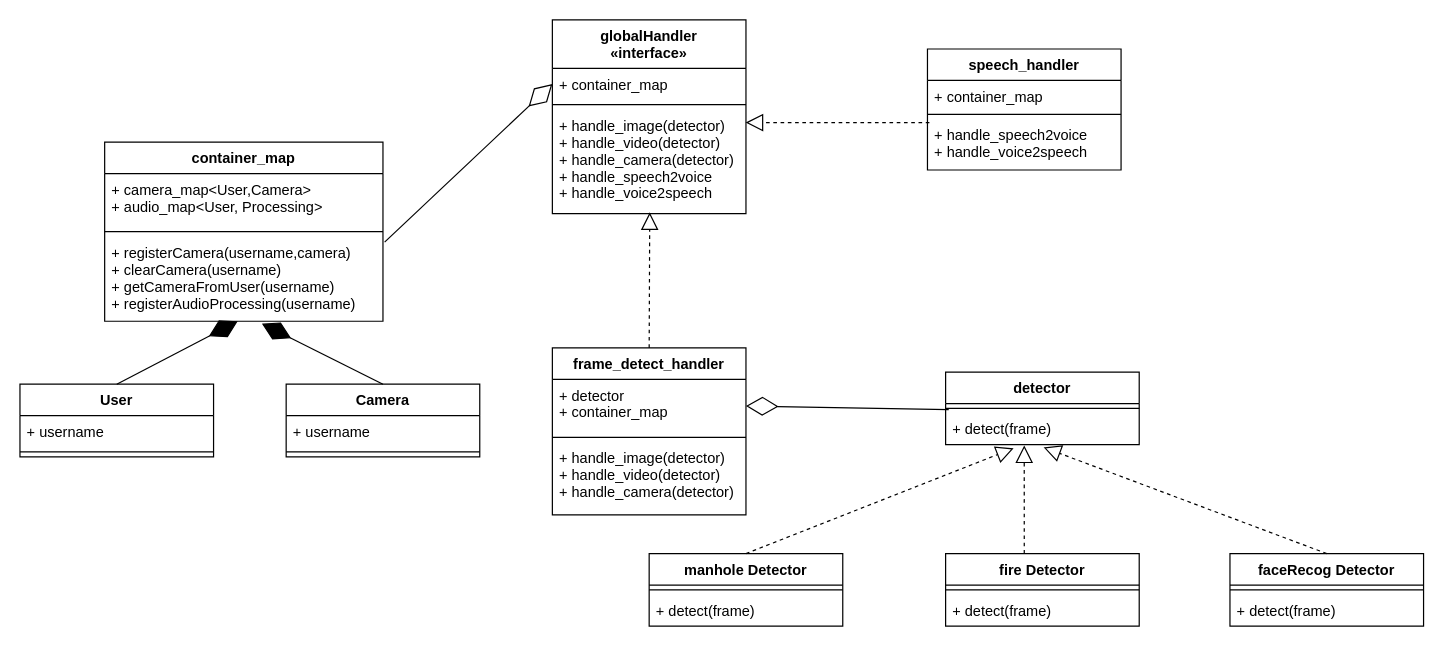
This is 未命名绘图.drawio from GithubWangXiaoXi/draw-io, a draw.io file, before an edit. Source tidied: cells renumbered, new cells numbered last; positions are measured from the earlier drawing's top-left corner, leaving out a move shared by most shapes. Both pictures are drawn from the tidied source at 121%, with x=0, y=0 at pixel (19, 19).
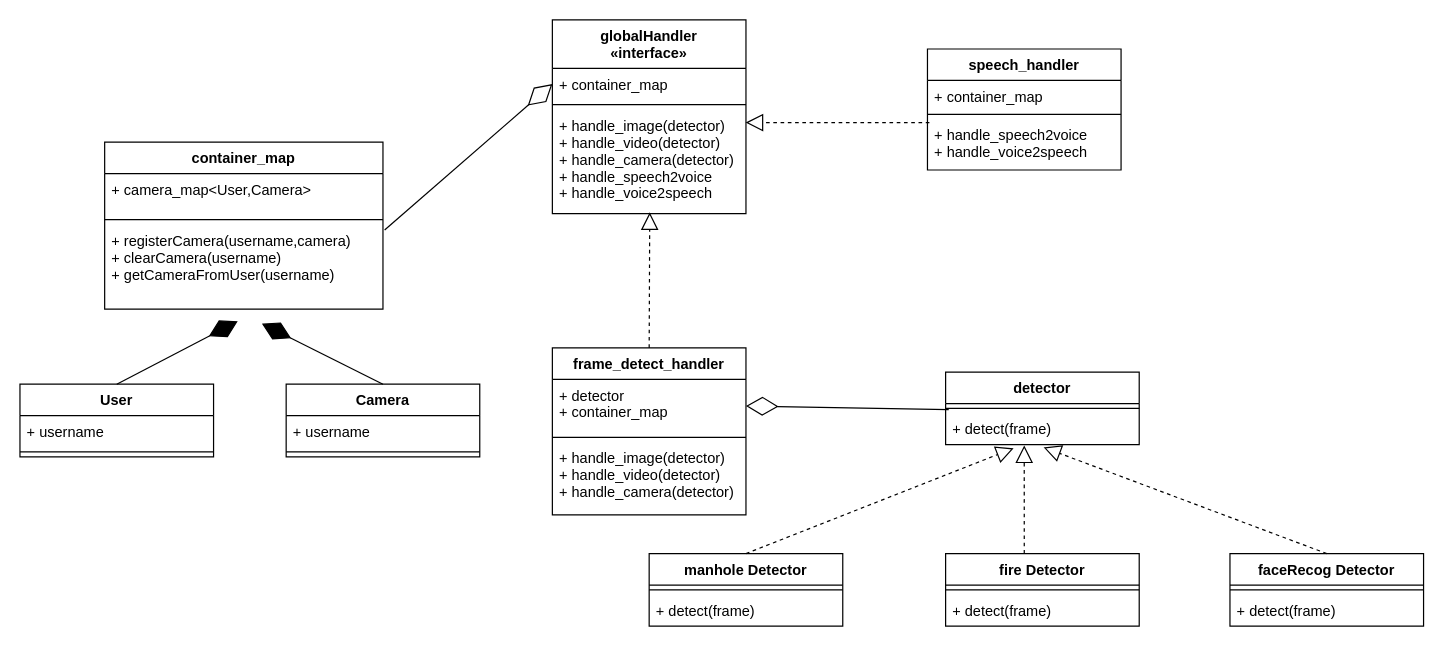
Above is the later version.

Commit message:
更新未命名绘图.drawio

Change to the diagram source:
```diff
@@
     <mxCell id="26" value="container_map" style="swimlane;fontStyle=1;align=center;verticalAlign=top;horizontal=1;startSize=26;" parent="1" vertex="1">
-      <mxGeometry x="70" y="101" width="230" height="148" as="geometry" />
+      <mxGeometry x="70" y="101" width="230" height="138" as="geometry" />
     </mxCell>
-    <mxCell id="27" value="+ camera_map&lt;User,Camera&gt;&#10;+ audio_map&lt;User, Processing&gt; " style="text;strokeColor=none;fillColor=none;align=left;verticalAlign=top;spacingLeft=4;spacingRight=4;overflow=hidden;" parent="26" vertex="1">
-      <mxGeometry y="26" width="230" height="44" as="geometry" />
+    <mxCell id="27" value="+ camera_map&lt;User,Camera&gt; " style="text;strokeColor=none;fillColor=none;align=left;verticalAlign=top;spacingLeft=4;spacingRight=4;overflow=hidden;" parent="26" vertex="1">
+      <mxGeometry y="26" width="230" height="34" as="geometry" />
     </mxCell>
     <mxCell id="28" style="line;strokeWidth=1;fillColor=none;align=left;verticalAlign=middle;spacingTop=-1;spacingLeft=3;spacingRight=3;labelPosition=right;strokeColor=inherit;" parent="26" vertex="1">
-      <mxGeometry y="70" width="230" height="8" as="geometry" />
+      <mxGeometry y="60" width="230" height="8" as="geometry" />
     </mxCell>
-    <mxCell id="29" value="+ registerCamera(username,camera)&#10;+ clearCamera(username)&#10;+ getCameraFromUser(username)&#10;+ registerAudioProcessing(username)" style="text;strokeColor=none;fillColor=none;align=left;verticalAlign=top;spacingLeft=4;spacingRight=4;overflow=hidden;points=[[0,0.5],[1,0.5]];portConstraint=eastwest;" parent="26" vertex="1">
-      <mxGeometry y="78" width="230" height="70" as="geometry" />
+    <mxCell id="29" value="+ registerCamera(username,camera)&#10;+ clearCamera(username)&#10;+ getCameraFromUser(username)" style="text;strokeColor=none;fillColor=none;align=left;verticalAlign=top;spacingLeft=4;spacingRight=4;overflow=hidden;points=[[0,0.5],[1,0.5]];portConstraint=eastwest;" parent="26" vertex="1">
+      <mxGeometry y="68" width="230" height="70" as="geometry" />
     </mxCell>
```
